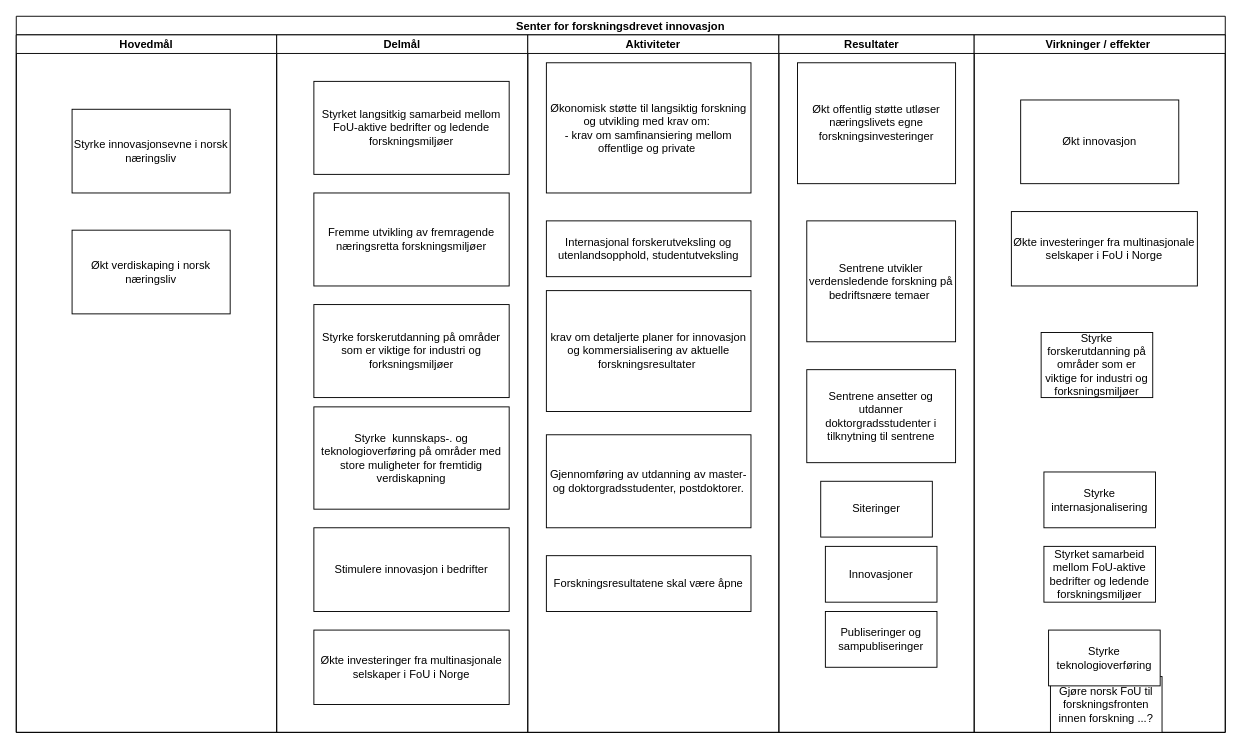
Before: SFI_effektdiagram.drawio in gardenberg/drawio_tegninger, a draw.io diagram. Source tidied: cells renumbered, new cells numbered last; positions are measured from the earlier drawing's top-left corner, leaving out a move shared by most shapes. Both pictures are drawn from the tidied source at 93%, with x=0, y=0 at pixel (16, 16).
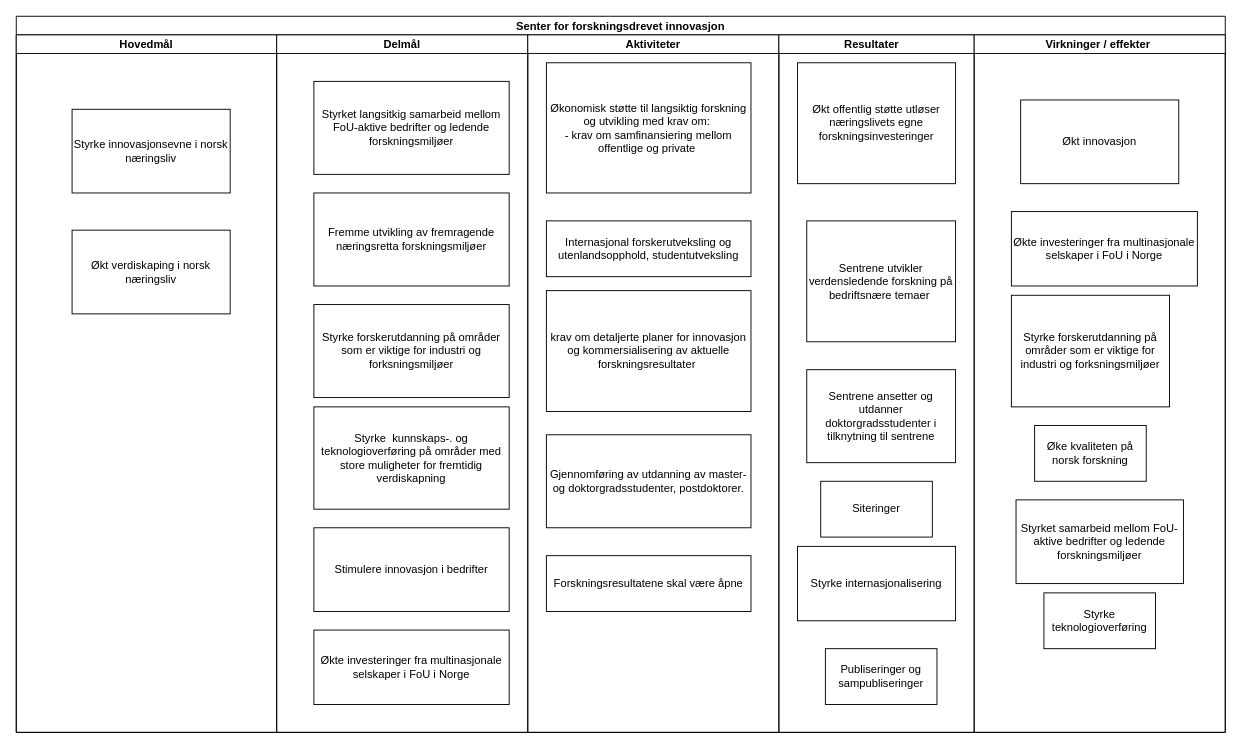
Above is the later version.

The change refers to these unchanged cells:
```xml
<mxCell id="17" value="Resultater   " style="swimlane;startSize=20;" parent="2" vertex="1">
  <mxGeometry x="820" y="20" width="210" height="750" as="geometry" />
</mxCell>
<mxCell id="24" value="Virkninger / effekter " style="swimlane;startSize=20;" parent="2" vertex="1">
  <mxGeometry x="1030" y="20" width="270" height="750" as="geometry" />
</mxCell>
```

Change to the diagram source:
```diff
@@
     <mxCell id="21" value="Publiseringer og sampubliseringer" style="whiteSpace=wrap;html=1;" parent="17" vertex="1">
-      <mxGeometry x="50" y="620" width="120" height="60" as="geometry" />
+      <mxGeometry x="50" y="660" width="120" height="60" as="geometry" />
     </mxCell>
-    <mxCell id="22" value="Innovasjoner" style="whiteSpace=wrap;html=1;" parent="17" vertex="1">
-      <mxGeometry x="50" y="550" width="120" height="60" as="geometry" />
-    </mxCell>
@@
+    <mxCell id="25" value="Styrke internasjonalisering" style="whiteSpace=wrap;html=1;" parent="17" vertex="1">
+      <mxGeometry x="20" y="550" width="170" height="80" as="geometry" />
+    </mxCell>
@@
-    <mxCell id="25" value="Styrke internasjonalisering" style="whiteSpace=wrap;html=1;" parent="24" vertex="1">
-      <mxGeometry x="75" y="470" width="120" height="60" as="geometry" />
-    </mxCell>
     <mxCell id="26" value="Styrke forskerutdanning på områder som er viktige for industri og forksningsmiljøer" style="whiteSpace=wrap;html=1;" parent="24" vertex="1">
-      <mxGeometry x="72" y="320" width="120" height="70" as="geometry" />
+      <mxGeometry x="40" y="280" width="170" height="120" as="geometry" />
     </mxCell>
@@
-    <mxCell id="29" value="Gjøre norsk FoU til forskningsfronten innen forskning ...?" style="whiteSpace=wrap;html=1;" parent="24" vertex="1">
-      <mxGeometry x="82" y="690" width="120" height="60" as="geometry" />
+    <mxCell id="29" value="Øke kvaliteten på norsk forskning" style="whiteSpace=wrap;html=1;" parent="24" vertex="1">
+      <mxGeometry x="65" y="420" width="120" height="60" as="geometry" />
     </mxCell>
     <mxCell id="30" value="Styrket samarbeid mellom FoU-aktive bedrifter og ledende forskningsmiljøer" style="whiteSpace=wrap;html=1;" parent="24" vertex="1">
-      <mxGeometry x="75" y="550" width="120" height="60" as="geometry" />
+      <mxGeometry x="45" y="500" width="180" height="90" as="geometry" />
     </mxCell>
     <mxCell id="31" value="Styrke teknologioverføring" style="whiteSpace=wrap;html=1;" parent="24" vertex="1">
-      <mxGeometry x="80" y="640" width="120" height="60" as="geometry" />
+      <mxGeometry x="75" y="600" width="120" height="60" as="geometry" />
     </mxCell>
```
